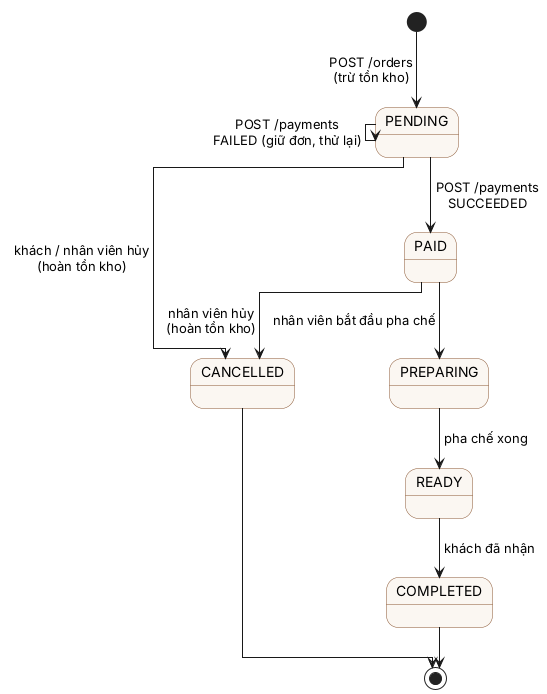
Earlier version of the PlantUML export docs/diagrams/order-state-machine.png (LHTCoder/brewlite). The source it was exported from:
```plantuml
@startuml order-state-machine
!pragma layout elk
skinparam state {
  BackgroundColor #FBF7F2
  BorderColor #8A5733
}
[*] --> PENDING : POST /orders\n(trừ tồn kho)
PENDING --> PAID : POST /payments\nSUCCEEDED
PENDING --> PENDING : POST /payments\nFAILED (giữ đơn, thử lại)
PENDING --> CANCELLED : khách / nhân viên hủy\n(hoàn tồn kho)
PAID --> PREPARING : nhân viên bắt đầu pha chế
PAID --> CANCELLED : nhân viên hủy\n(hoàn tồn kho)
PREPARING --> READY : pha chế xong
READY --> COMPLETED : khách đã nhận
COMPLETED --> [*]
CANCELLED --> [*]
@enduml
```
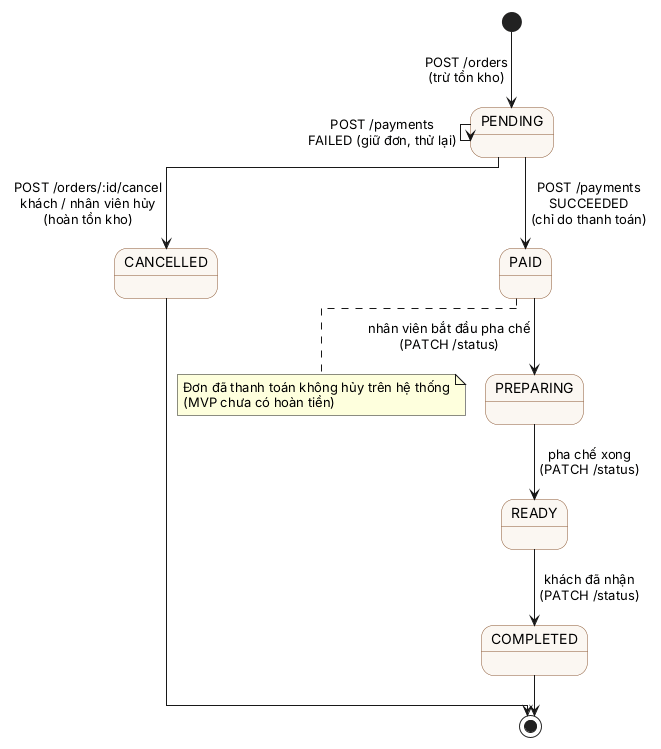
The same file after the commit.

Change to the diagram source:
```diff
@@ -5,13 +5,16 @@
   BorderColor #8A5733
 }
 [*] --> PENDING : POST /orders\n(trừ tồn kho)
-PENDING --> PAID : POST /payments\nSUCCEEDED
+PENDING --> PAID : POST /payments\nSUCCEEDED\n(chỉ do thanh toán)
 PENDING --> PENDING : POST /payments\nFAILED (giữ đơn, thử lại)
-PENDING --> CANCELLED : khách / nhân viên hủy\n(hoàn tồn kho)
-PAID --> PREPARING : nhân viên bắt đầu pha chế
-PAID --> CANCELLED : nhân viên hủy\n(hoàn tồn kho)
-PREPARING --> READY : pha chế xong
-READY --> COMPLETED : khách đã nhận
+PENDING --> CANCELLED : POST /orders/:id/cancel\nkhách / nhân viên hủy\n(hoàn tồn kho)
+PAID --> PREPARING : nhân viên bắt đầu pha chế\n(PATCH /status)
+PREPARING --> READY : pha chế xong\n(PATCH /status)
+READY --> COMPLETED : khách đã nhận\n(PATCH /status)
 COMPLETED --> [*]
 CANCELLED --> [*]
+note right of PAID
+  Đơn đã thanh toán không hủy trên hệ thống
+  (MVP chưa có hoàn tiền)
+end note
 @enduml
```
